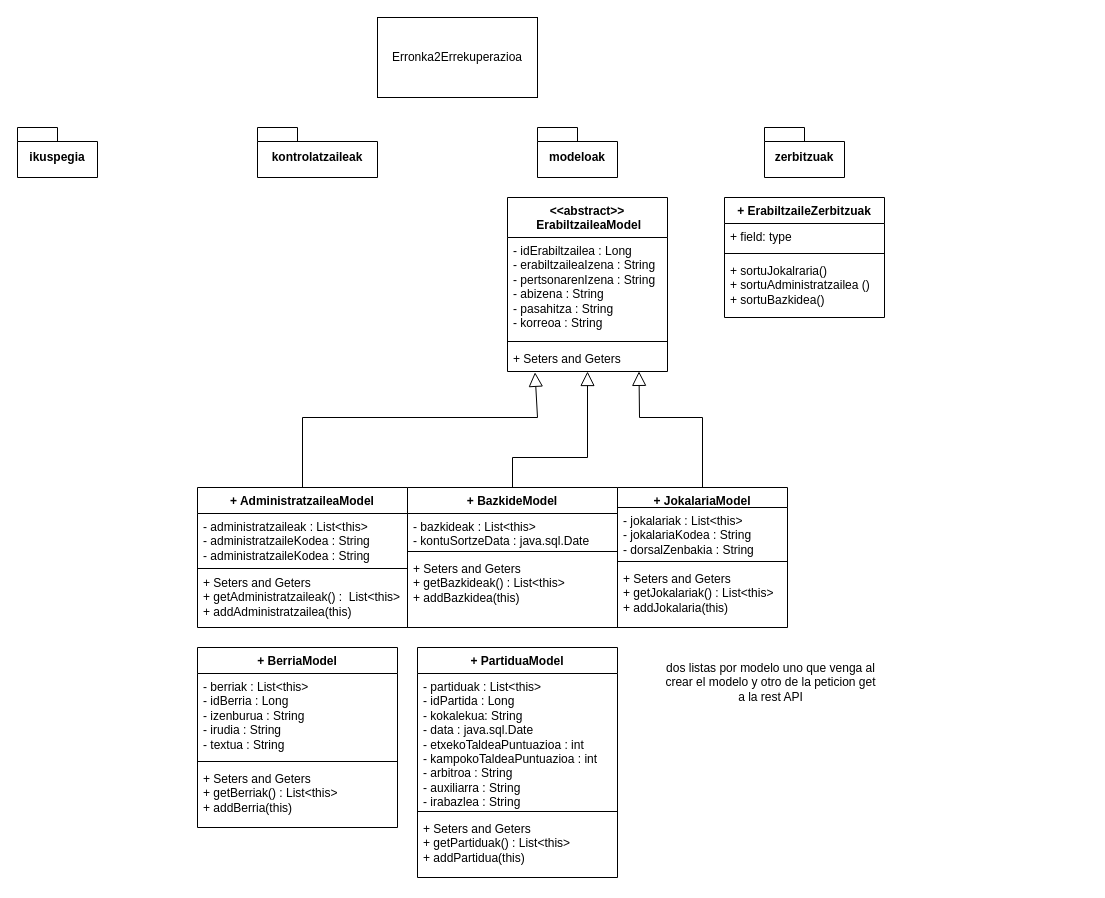
Earlier version of the draw.io diagram javaErronka2Errekuperazioa.drawio (trhepiernas-hub/Erronka2JavaReku). Source tidied: cells renumbered, new cells numbered last; positions are measured from the earlier drawing's top-left corner, leaving out a move shared by most shapes. Both pictures are drawn from the tidied source at 100%, with x=0, y=0 at pixel (17, 17).
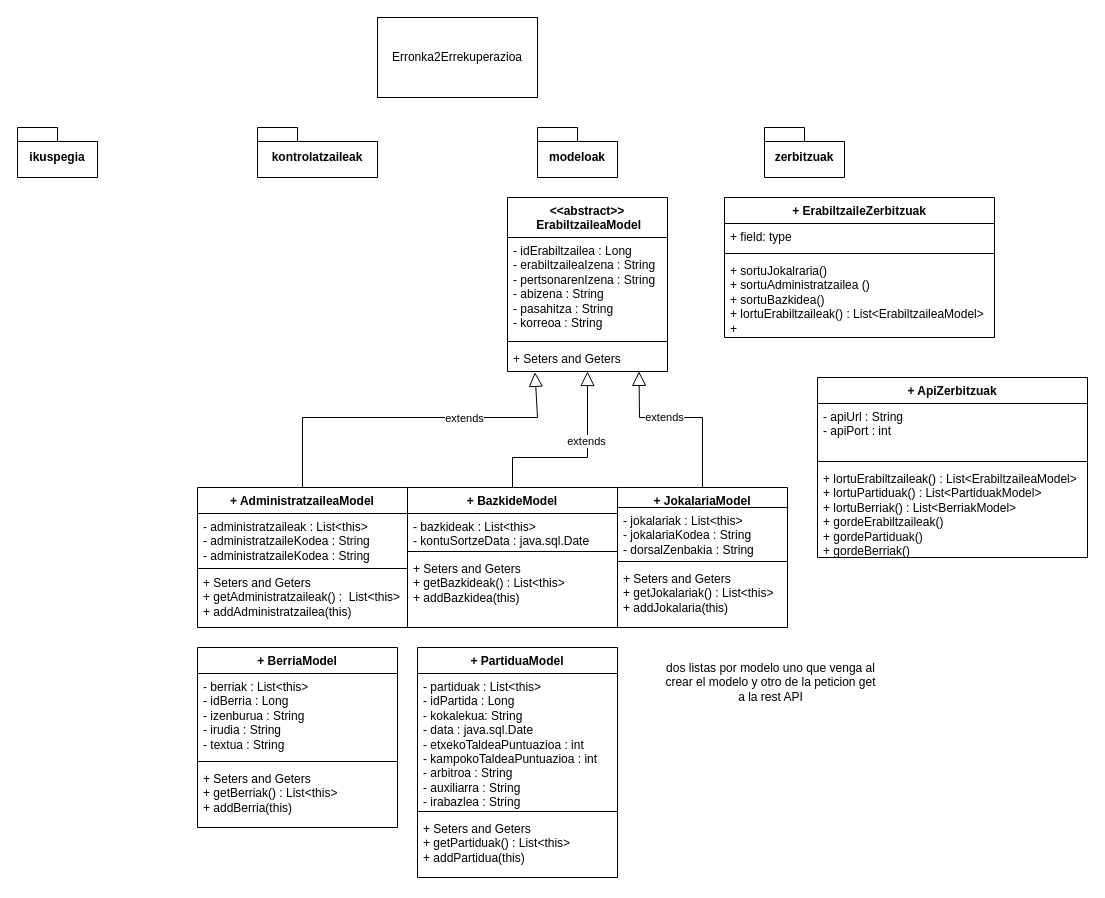
The same page after the edit.

The change refers to these unchanged cells:
```xml
<mxCell id="23" style="endArrow=block;endFill=0;endSize=12;html=1;rounded=0;exitX=0.5;exitY=0;exitDx=0;exitDy=0;entryX=0.822;entryY=0.995;entryDx=0;entryDy=0;entryPerimeter=0;" parent="1" edge="1" source="11" target="10">
  <mxGeometry relative="1" as="geometry">
    <Array as="points">
      <mxPoint x="685" y="400" />
      <mxPoint x="622" y="400" />
    </Array>
  </mxGeometry>
</mxCell>
<mxCell id="24" style="endArrow=block;endFill=0;endSize=12;html=1;rounded=0;exitX=0.5;exitY=0;exitDx=0;exitDy=0;" parent="1" edge="1" source="15" target="10">
  <mxGeometry relative="1" as="geometry">
    <Array as="points">
      <mxPoint x="495" y="440" />
      <mxPoint x="570" y="440" />
    </Array>
  </mxGeometry>
</mxCell>
<mxCell id="25" style="endArrow=block;endFill=0;endSize=12;html=1;rounded=0;exitX=0.5;exitY=0;exitDx=0;exitDy=0;entryX=0.172;entryY=1.031;entryDx=0;entryDy=0;entryPerimeter=0;" parent="1" edge="1" source="19" target="10">
  <mxGeometry relative="1" as="geometry">
    <Array as="points">
      <mxPoint x="285" y="400" />
      <mxPoint x="520" y="400" />
    </Array>
  </mxGeometry>
</mxCell>
```

Diff of the diagram source:
```diff
@@
+    <mxCell id="40" value="extends" style="edgeLabel;html=1;align=center;verticalAlign=middle;" parent="23" vertex="1">
+      <mxGeometry x="0.22" y="-1" relative="1" as="geometry" />
+    </mxCell>
@@
+    <mxCell id="41" value="extends" style="edgeLabel;html=1;align=center;verticalAlign=middle;" parent="24" vertex="1">
+      <mxGeometry x="0.28" y="2" relative="1" as="geometry" />
+    </mxCell>
@@
+    <mxCell id="42" value="extends" style="edgeLabel;html=1;align=center;verticalAlign=middle;" parent="25" vertex="1">
+      <mxGeometry x="0.32" relative="1" as="geometry" />
+    </mxCell>
@@
     <mxCell id="35" value="+ ErabiltzaileZerbitzuak" style="swimlane;fontStyle=1;align=center;verticalAlign=top;horizontal=1;startSize=26;whiteSpace=wrap;html=1;" parent="1" vertex="1">
-      <mxGeometry x="707" y="180" width="160" height="120" as="geometry" />
+      <mxGeometry x="707" y="180" width="270" height="140" as="geometry" />
     </mxCell>
     <mxCell id="36" value="+ field: type" style="text;strokeColor=none;fillColor=none;align=left;verticalAlign=top;spacingLeft=4;spacingRight=4;overflow=hidden;whiteSpace=wrap;html=1;" parent="35" vertex="1">
-      <mxGeometry y="26" width="160" height="26" as="geometry" />
+      <mxGeometry y="26" width="270" height="26" as="geometry" />
     </mxCell>
     <mxCell id="37" style="line;strokeWidth=1;fillColor=none;align=left;verticalAlign=middle;spacingTop=-1;spacingLeft=3;spacingRight=3;labelPosition=right;strokeColor=inherit;" parent="35" vertex="1">
-      <mxGeometry y="52" width="160" height="8" as="geometry" />
+      <mxGeometry y="52" width="270" height="8" as="geometry" />
     </mxCell>
-    <mxCell id="38" value="+ sortuJokalraria()&lt;div&gt;+ sortuAdministratzailea ()&lt;/div&gt;&lt;div&gt;+ sortuBazkidea()&lt;/div&gt;" style="text;strokeColor=none;fillColor=none;align=left;verticalAlign=top;spacingLeft=4;spacingRight=4;overflow=hidden;whiteSpace=wrap;html=1;" parent="35" vertex="1">
-      <mxGeometry y="60" width="160" height="60" as="geometry" />
+    <mxCell id="38" value="+ sortuJokalraria()&lt;div&gt;+ sortuAdministratzailea ()&lt;/div&gt;&lt;div&gt;+ sortuBazkidea()&lt;/div&gt;&lt;div&gt;+ lortuErabiltzaileak() : List&amp;lt;ErabiltzaileaModel&amp;gt;&lt;/div&gt;&lt;div&gt;+&amp;nbsp;&lt;/div&gt;" style="text;strokeColor=none;fillColor=none;align=left;verticalAlign=top;spacingLeft=4;spacingRight=4;overflow=hidden;whiteSpace=wrap;html=1;" parent="35" vertex="1">
+      <mxGeometry y="60" width="270" height="80" as="geometry" />
     </mxCell>
@@
+    <mxCell id="43" value="+ ApiZerbitzuak" style="swimlane;fontStyle=1;align=center;verticalAlign=top;horizontal=1;startSize=26;whiteSpace=wrap;html=1;" parent="1" vertex="1">
+      <mxGeometry x="800" y="360" width="270" height="180" as="geometry" />
+    </mxCell>
+    <mxCell id="44" value="- apiUrl : String&lt;div&gt;- apiPort : int&lt;/div&gt;&lt;div&gt;&lt;br&gt;&lt;/div&gt;" style="text;strokeColor=none;fillColor=none;align=left;verticalAlign=top;spacingLeft=4;spacingRight=4;overflow=hidden;whiteSpace=wrap;html=1;" parent="43" vertex="1">
+      <mxGeometry y="26" width="270" height="54" as="geometry" />
+    </mxCell>
+    <mxCell id="45" style="line;strokeWidth=1;fillColor=none;align=left;verticalAlign=middle;spacingTop=-1;spacingLeft=3;spacingRight=3;labelPosition=right;strokeColor=inherit;" parent="43" vertex="1">
+      <mxGeometry y="80" width="270" height="8" as="geometry" />
+    </mxCell>
+    <mxCell id="46" value="+ lortuErabiltzaileak() : List&amp;lt;ErabiltzaileaModel&amp;gt;&lt;div&gt;+ lortuPartiduak() : List&amp;lt;PartiduakModel&amp;gt;&lt;/div&gt;&lt;div&gt;+ lortuBerriak() : List&amp;lt;BerriakModel&amp;gt;&lt;/div&gt;&lt;div&gt;+ gordeErabiltzaileak()&lt;/div&gt;&lt;div&gt;+ gordePartiduak()&lt;/div&gt;&lt;div&gt;+ gordeBerriak()&lt;/div&gt;" style="text;strokeColor=none;fillColor=none;align=left;verticalAlign=top;spacingLeft=4;spacingRight=4;overflow=hidden;whiteSpace=wrap;html=1;" parent="43" vertex="1">
+      <mxGeometry y="88" width="270" height="92" as="geometry" />
+    </mxCell>
```
